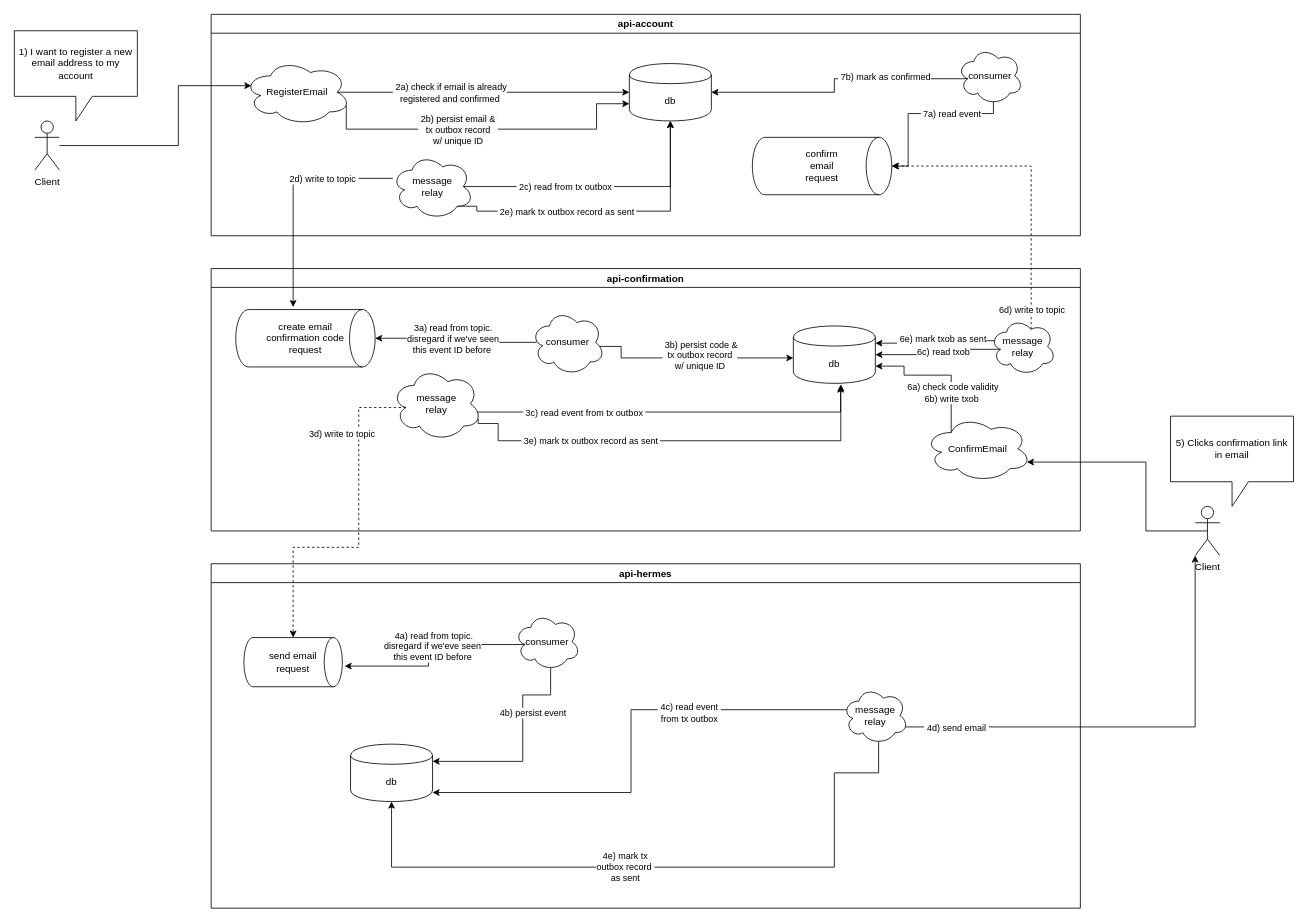
Above: page "register-email" (2 of 5) of architecture.drawio in AlpacaLabs/getting-started (draw.io), before the change. Source tidied: cells renumbered, new cells numbered last; positions are measured from the earlier drawing's top-left corner, leaving out a move shared by most shapes. Both pictures are drawn from the tidied source at 82%, with x=0, y=0 at pixel (14, 14).
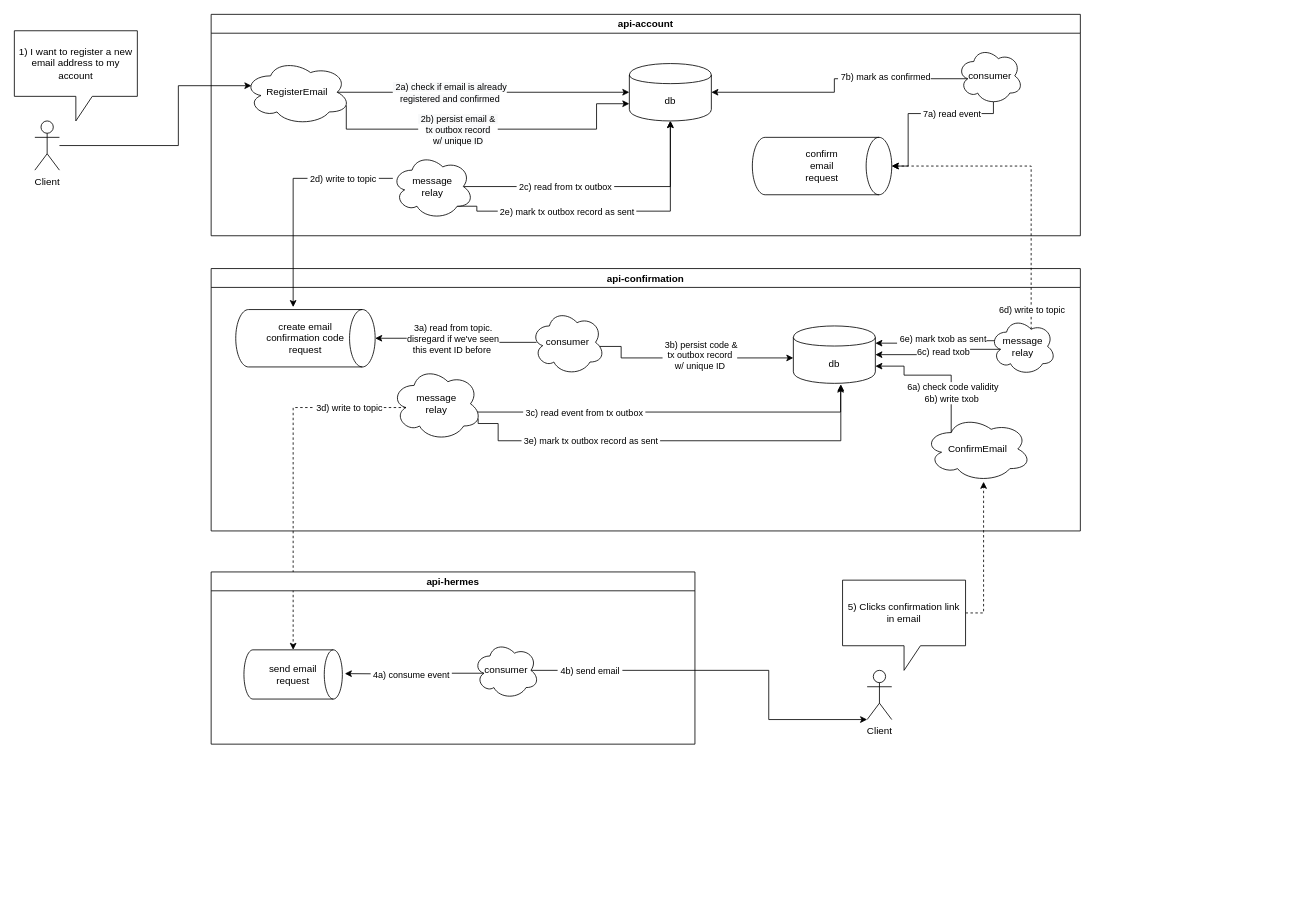
After the change.

The change refers to these unchanged cells:
```xml
<mxCell id="16" value="message&lt;br&gt;relay" style="ellipse;shape=cloud;whiteSpace=wrap;html=1;rounded=0;" parent="4" vertex="1">
  <mxGeometry x="220" y="120" width="110" height="90" as="geometry" />
</mxCell>
<mxCell id="17" value="ConfirmEmail" style="ellipse;shape=cloud;whiteSpace=wrap;html=1;" parent="4" vertex="1">
  <mxGeometry x="870" y="180" width="130" height="80" as="geometry" />
</mxCell>
<mxCell id="44" style="edgeStyle=orthogonalEdgeStyle;rounded=0;jettySize=auto;html=1;" parent="1" edge="1" source="36">
  <mxGeometry relative="1" as="geometry">
    <mxPoint x="340" y="357" as="targetPoint" />
    <Array as="points">
      <mxPoint x="340" y="200" />
    </Array>
  </mxGeometry>
</mxCell>
```

What changed in the source:
```diff
@@
     <mxCell id="45" value="&amp;nbsp;2d) write to topic&amp;nbsp;" style="edgeLabel;html=1;align=center;verticalAlign=middle;" parent="44" vertex="1">
       <mxGeometry x="-0.82" relative="1" as="geometry">
-        <mxPoint x="-61" as="offset" />
+        <mxPoint x="-35.6" as="offset" />
       </mxGeometry>
     </mxCell>
-    <mxCell id="46" value="api-hermes" style="swimlane;rounded=0;" parent="1" vertex="1">
-      <mxGeometry x="240" y="670" width="1060" height="420" as="geometry" />
-    </mxCell>
-    <mxCell id="47" value="send email &lt;br&gt;request" style="strokeWidth=1;html=1;shape=mxgraph.flowchart.direct_data;whiteSpace=wrap;rounded=0;" parent="46" vertex="1">
-      <mxGeometry x="40" y="90" width="120" height="60" as="geometry" />
-    </mxCell>
-    <mxCell id="48" style="edgeStyle=orthogonalEdgeStyle;rounded=0;jettySize=auto;html=1;exitX=0.16;exitY=0.55;exitDx=0;exitDy=0;exitPerimeter=0;entryX=1.023;entryY=0.58;entryDx=0;entryDy=0;entryPerimeter=0;" parent="46" edge="1" source="52" target="47">
-      <mxGeometry relative="1" as="geometry" />
-    </mxCell>
-    <mxCell id="49" value="&amp;nbsp;4a) read from topic.&lt;br&gt;disregard if we'eve seen&lt;br&gt;this event ID before" style="edgeLabel;html=1;align=center;verticalAlign=middle;" parent="48" vertex="1">
-      <mxGeometry x="-0.08" y="2" relative="1" as="geometry" />
-    </mxCell>
-    <mxCell id="50" style="edgeStyle=orthogonalEdgeStyle;rounded=0;jettySize=auto;html=1;exitX=0.55;exitY=0.95;exitDx=0;exitDy=0;exitPerimeter=0;entryX=1;entryY=0.3;entryDx=0;entryDy=0;" parent="46" edge="1" source="52" target="53">
-      <mxGeometry relative="1" as="geometry">
-        <Array as="points">
-          <mxPoint x="414" y="160" />
-          <mxPoint x="380" y="160" />
-          <mxPoint x="380" y="241" />
-        </Array>
-      </mxGeometry>
-    </mxCell>
-    <mxCell id="51" value="&amp;nbsp;4b) persist event" style="edgeLabel;html=1;align=center;verticalAlign=middle;" parent="50" vertex="1">
-      <mxGeometry x="-0.31" relative="1" as="geometry">
-        <mxPoint x="10" as="offset" />
-      </mxGeometry>
-    </mxCell>
-    <mxCell id="52" value="consumer" style="ellipse;shape=cloud;whiteSpace=wrap;html=1;rounded=0;" parent="46" vertex="1">
-      <mxGeometry x="370" y="60" width="80" height="70" as="geometry" />
-    </mxCell>
-    <mxCell id="53" value="db" style="shape=cylinder;whiteSpace=wrap;html=1;boundedLbl=1;backgroundOutline=1;" parent="46" vertex="1">
-      <mxGeometry x="170" y="220" width="100" height="70" as="geometry" />
-    </mxCell>
-    <mxCell id="54" style="edgeStyle=orthogonalEdgeStyle;rounded=0;jettySize=auto;html=1;exitX=0.07;exitY=0.4;exitDx=0;exitDy=0;exitPerimeter=0;" parent="46" edge="1" source="57">
-      <mxGeometry relative="1" as="geometry">
-        <mxPoint x="270" y="279" as="targetPoint" />
-        <Array as="points">
-          <mxPoint x="512" y="178" />
-          <mxPoint x="512" y="279" />
-        </Array>
-      </mxGeometry>
-    </mxCell>
-    <mxCell id="55" value="&amp;nbsp;4c) read event&amp;nbsp;&lt;br&gt;from tx outbox" style="edgeLabel;html=1;align=center;verticalAlign=middle;" parent="54" vertex="1">
-      <mxGeometry x="-0.44" y="2" relative="1" as="geometry">
-        <mxPoint x="-23" y="1" as="offset" />
-      </mxGeometry>
-    </mxCell>
-    <mxCell id="56" value="&lt;span style=&quot;font-family: &amp;#34;helvetica&amp;#34;&quot;&gt;&amp;nbsp;4e) mark tx&amp;nbsp;&lt;/span&gt;&lt;br style=&quot;font-family: &amp;#34;helvetica&amp;#34;&quot;&gt;&lt;span style=&quot;font-family: &amp;#34;helvetica&amp;#34;&quot;&gt;outbox record&amp;nbsp;&lt;/span&gt;&lt;br style=&quot;font-family: &amp;#34;helvetica&amp;#34;&quot;&gt;&lt;span style=&quot;font-family: &amp;#34;helvetica&amp;#34;&quot;&gt;as sent&lt;/span&gt;" style="edgeStyle=orthogonalEdgeStyle;rounded=0;jettySize=auto;html=1;entryX=0.5;entryY=1;entryDx=0;entryDy=0;exitX=0.55;exitY=0.95;exitDx=0;exitDy=0;exitPerimeter=0;" parent="46" edge="1" source="57" target="53">
-      <mxGeometry x="0.12" relative="1" as="geometry">
-        <Array as="points">
-          <mxPoint x="814" y="255" />
-          <mxPoint x="760" y="255" />
-          <mxPoint x="760" y="370" />
-          <mxPoint x="220" y="370" />
-        </Array>
-      </mxGeometry>
-    </mxCell>
-    <mxCell id="57" value="message&lt;br&gt;relay" style="ellipse;shape=cloud;whiteSpace=wrap;html=1;rounded=0;" parent="46" vertex="1">
-      <mxGeometry x="770" y="150" width="80" height="70" as="geometry" />
-    </mxCell>
     <mxCell id="58" style="edgeStyle=orthogonalEdgeStyle;rounded=0;jettySize=auto;html=1;exitX=0.16;exitY=0.55;exitDx=0;exitDy=0;exitPerimeter=0;entryX=0.5;entryY=0;entryDx=0;entryDy=0;entryPerimeter=0;dashed=1;" parent="1" edge="1" source="16" target="47">
       <mxGeometry relative="1" as="geometry">
         <Array as="points">
-          <mxPoint x="420" y="480" />
-          <mxPoint x="420" y="650" />
-          <mxPoint x="340" y="650" />
+          <mxPoint x="340" y="480" />
         </Array>
       </mxGeometry>
     </mxCell>
     <mxCell id="59" value="&amp;nbsp;3d) write to topic" style="edgeLabel;html=1;align=center;verticalAlign=middle;" parent="58" vertex="1">
       <mxGeometry x="-0.71" y="-2" relative="1" as="geometry">
-        <mxPoint x="-20.8" y="28.1" as="offset" />
+        <mxPoint x="-8.6" y="1.5" as="offset" />
       </mxGeometry>
     </mxCell>
     <mxCell id="60" value="Client" style="shape=umlActor;verticalLabelPosition=bottom;labelBackgroundColor=#ffffff;verticalAlign=top;html=1;outlineConnect=0;" parent="1" vertex="1">
-      <mxGeometry x="1440" y="600" width="30" height="60" as="geometry" />
+      <mxGeometry x="1040" y="800" width="30" height="60" as="geometry" />
     </mxCell>
-    <mxCell id="61" style="edgeStyle=orthogonalEdgeStyle;rounded=0;jettySize=auto;html=1;entryX=0.96;entryY=0.7;entryDx=0;entryDy=0;entryPerimeter=0;exitX=0.5;exitY=0.5;exitDx=0;exitDy=0;exitPerimeter=0;" parent="1" edge="1" source="60" target="17">
+    <mxCell id="61" style="edgeStyle=orthogonalEdgeStyle;rounded=0;jettySize=auto;html=1;exitX=0;exitY=0;exitDx=150;exitDy=40;exitPerimeter=0;dashed=1;" parent="1" edge="1" source="62">
       <mxGeometry relative="1" as="geometry">
+        <mxPoint x="1182" y="570" as="targetPoint" />
         <Array as="points">
-          <mxPoint x="1380" y="630" />
-          <mxPoint x="1380" y="546" />
+          <mxPoint x="1182" y="730" />
         </Array>
       </mxGeometry>
     </mxCell>
     <mxCell id="62" value="5) Clicks confirmation link&lt;br&gt;in email" style="shape=callout;whiteSpace=wrap;html=1;perimeter=calloutPerimeter;rounded=0;" parent="1" vertex="1">
-      <mxGeometry x="1410" y="490" width="150" height="110" as="geometry" />
+      <mxGeometry x="1010" y="690" width="150" height="110" as="geometry" />
     </mxCell>
-    <mxCell id="63" style="edgeStyle=orthogonalEdgeStyle;rounded=0;jettySize=auto;html=1;exitX=0.96;exitY=0.7;exitDx=0;exitDy=0;exitPerimeter=0;entryX=0;entryY=1;entryDx=0;entryDy=0;entryPerimeter=0;" parent="1" edge="1" source="57" target="60">
-      <mxGeometry relative="1" as="geometry" />
+    <mxCell id="63" style="edgeStyle=orthogonalEdgeStyle;rounded=0;jettySize=auto;html=1;exitX=0.875;exitY=0.5;exitDx=0;exitDy=0;exitPerimeter=0;entryX=0;entryY=1;entryDx=0;entryDy=0;entryPerimeter=0;" parent="1" edge="1" source="52" target="60">
+      <mxGeometry relative="1" as="geometry">
+        <Array as="points">
+          <mxPoint x="920" y="800" />
+          <mxPoint x="920" y="860" />
+        </Array>
+      </mxGeometry>
     </mxCell>
-    <mxCell id="64" value="&amp;nbsp;4d) send email&amp;nbsp;" style="edgeLabel;html=1;align=center;verticalAlign=middle;" parent="63" vertex="1">
+    <mxCell id="64" value="&amp;nbsp;4b) send email&amp;nbsp;" style="edgeLabel;html=1;align=center;verticalAlign=middle;" parent="63" vertex="1">
       <mxGeometry x="-0.78" y="-3" relative="1" as="geometry">
-        <mxPoint y="-2" as="offset" />
+        <mxPoint x="19" y="-3" as="offset" />
       </mxGeometry>
     </mxCell>
@@
+    <mxCell id="46" value="api-hermes" style="swimlane;rounded=0;" parent="1" vertex="1">
+      <mxGeometry x="240" y="680" width="590" height="210" as="geometry" />
+    </mxCell>
+    <mxCell id="47" value="send email &lt;br&gt;request" style="strokeWidth=1;html=1;shape=mxgraph.flowchart.direct_data;whiteSpace=wrap;rounded=0;" parent="46" vertex="1">
+      <mxGeometry x="40" y="95" width="120" height="60" as="geometry" />
+    </mxCell>
+    <mxCell id="67" style="edgeStyle=orthogonalEdgeStyle;rounded=0;jettySize=auto;html=1;exitX=0.16;exitY=0.55;exitDx=0;exitDy=0;exitPerimeter=0;" parent="46" edge="1" source="52">
+      <mxGeometry relative="1" as="geometry">
+        <mxPoint x="163" y="124" as="targetPoint" />
+      </mxGeometry>
+    </mxCell>
+    <mxCell id="68" value="&amp;nbsp;4a) consume event&amp;nbsp;" style="edgeLabel;html=1;align=center;verticalAlign=middle;" parent="67" vertex="1">
+      <mxGeometry x="-0.08" y="2" relative="1" as="geometry">
+        <mxPoint x="-10.3" y="-0.4" as="offset" />
+      </mxGeometry>
+    </mxCell>
+    <mxCell id="52" value="consumer" style="ellipse;shape=cloud;whiteSpace=wrap;html=1;rounded=0;" parent="46" vertex="1">
+      <mxGeometry x="320" y="85" width="80" height="70" as="geometry" />
+    </mxCell>
```
